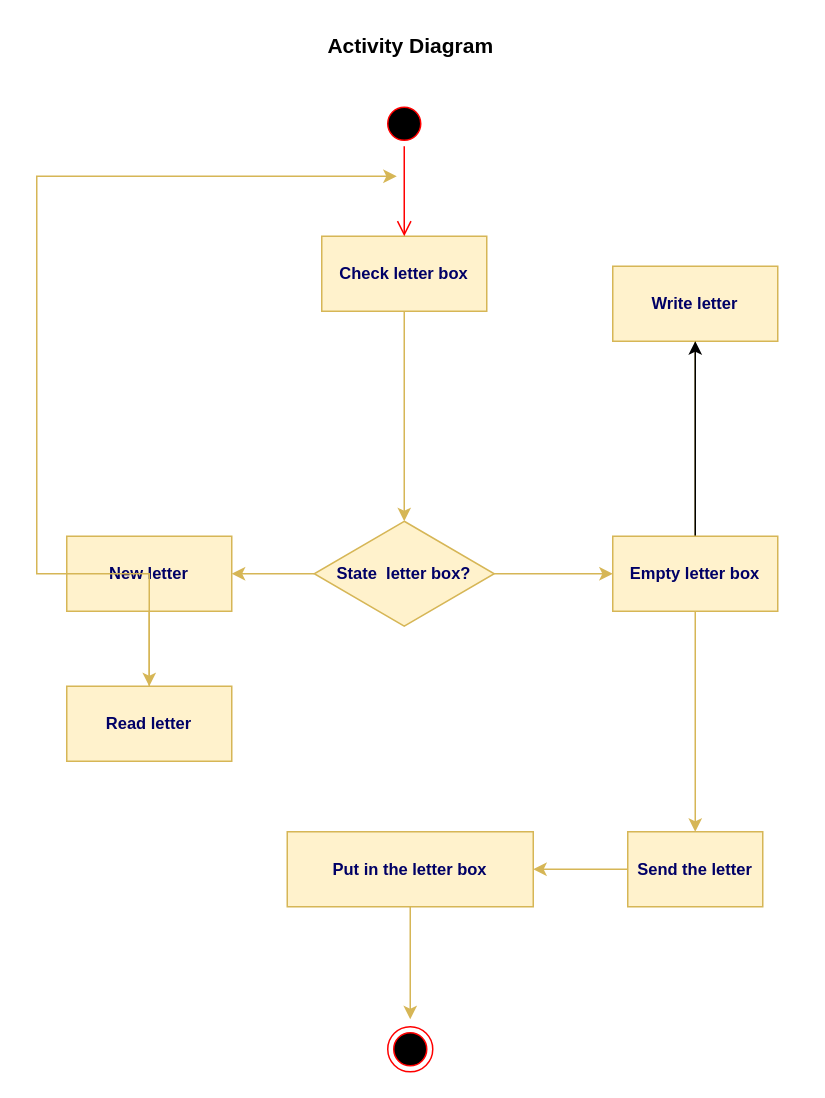
Above: page "Activity diagram" (2 of 3) of Diagrama sin título.drawio in Jechu23/Projects_Python (draw.io), before the change. Source tidied: cells renumbered, new cells numbered last; positions are measured from the earlier drawing's top-left corner, leaving out a move shared by most shapes. Both pictures are drawn from the tidied source at 150%, with x=0, y=0 at pixel (36, 26).
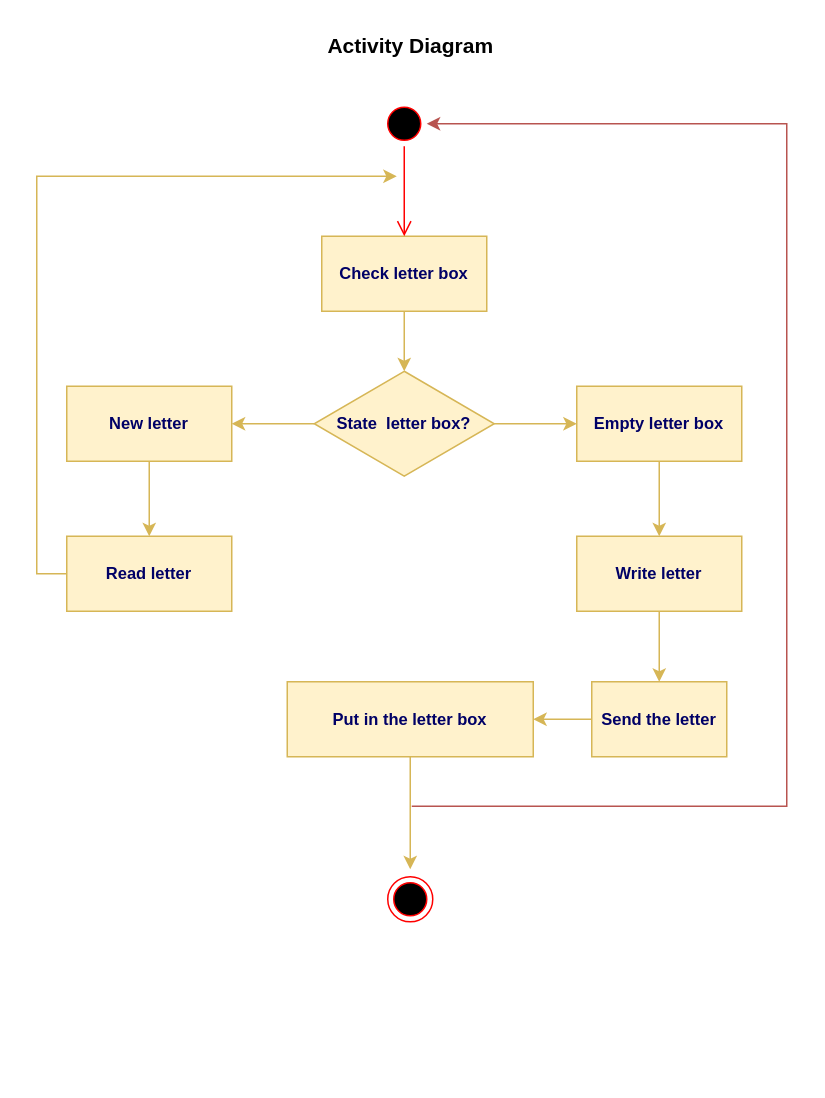
After the change.

Unchanged cells that the change refers to:
```xml
<mxCell id="20" style="ellipse;html=1;shape=startState;fillColor=#000000;strokeColor=#ff0000;" parent="1" vertex="1">
  <mxGeometry x="230" y="50" width="30" height="30" as="geometry" />
</mxCell>
```

Change to the diagram source:
```diff
@@
     <mxCell id="3" value="Write letter" style="html=1;whiteSpace=wrap;fillColor=#fff2cc;strokeColor=#d6b656;fontStyle=1;fontSize=11;fontColor=#000066;" parent="1" vertex="1">
-      <mxGeometry x="384" y="160" width="110" height="50" as="geometry" />
+      <mxGeometry x="360" y="340" width="110" height="50" as="geometry" />
     </mxCell>
@@
     <mxCell id="5" value="Send the letter" style="html=1;whiteSpace=wrap;fillColor=#fff2cc;strokeColor=#d6b656;fontStyle=1;fontSize=11;fontColor=#000066;" parent="1" vertex="1">
-      <mxGeometry x="394" y="537" width="90" height="50" as="geometry" />
+      <mxGeometry x="370" y="437" width="90" height="50" as="geometry" />
     </mxCell>
@@
-    <mxCell id="7" style="edgeStyle=orthogonalEdgeStyle;rounded=0;jettySize=auto;html=1;exitX=1;exitY=0.5;exitDx=0;exitDy=0;fillColor=#fff2cc;strokeColor=#d6b656;" parent="1" edge="1" source="8" target="12">
+    <mxCell id="7" style="edgeStyle=orthogonalEdgeStyle;rounded=0;jettySize=auto;html=1;fillColor=#fff2cc;strokeColor=#d6b656;fontStyle=1;fontSize=11;fontColor=#000066;" parent="1" edge="1" source="8" target="12">
       <mxGeometry relative="1" as="geometry" />
     </mxCell>
     <mxCell id="8" value="State&amp;nbsp; letter box?" style="shape=rhombus;perimeter=rhombusPerimeter;whiteSpace=wrap;html=1;align=center;fillColor=#fff2cc;strokeColor=#d6b656;fontStyle=1;fontSize=11;fontColor=#000066;" parent="1" vertex="1">
-      <mxGeometry x="185" y="330" width="120" height="70" as="geometry" />
+      <mxGeometry x="185" y="230" width="120" height="70" as="geometry" />
     </mxCell>
@@
-    <mxCell id="11" style="edgeStyle=orthogonalEdgeStyle;rounded=0;jettySize=auto;html=1;" parent="1" edge="1" source="12" target="3">
+    <mxCell id="11" style="edgeStyle=orthogonalEdgeStyle;rounded=0;jettySize=auto;html=1;entryX=0.5;entryY=0;entryDx=0;entryDy=0;fillColor=#fff2cc;strokeColor=#d6b656;" parent="1" edge="1" source="12" target="3">
       <mxGeometry relative="1" as="geometry" />
     </mxCell>
     <mxCell id="12" value="Empty letter box" style="html=1;whiteSpace=wrap;fillColor=#fff2cc;strokeColor=#d6b656;fontStyle=1;fontSize=11;fontColor=#000066;" parent="1" vertex="1">
-      <mxGeometry x="384" y="340" width="110" height="50" as="geometry" />
+      <mxGeometry x="360" y="240" width="110" height="50" as="geometry" />
     </mxCell>
@@
     <mxCell id="14" value="New letter" style="html=1;whiteSpace=wrap;fillColor=#fff2cc;strokeColor=#d6b656;fontStyle=1;fontSize=11;fontColor=#000066;" parent="1" vertex="1">
-      <mxGeometry x="20" y="340" width="110" height="50" as="geometry" />
+      <mxGeometry x="20" y="240" width="110" height="50" as="geometry" />
     </mxCell>
@@
     <mxCell id="16" value="Read letter" style="html=1;whiteSpace=wrap;fillColor=#fff2cc;strokeColor=#d6b656;fontStyle=1;fontSize=11;fontColor=#000066;" parent="1" vertex="1">
-      <mxGeometry x="20" y="440" width="110" height="50" as="geometry" />
+      <mxGeometry x="20" y="340" width="110" height="50" as="geometry" />
     </mxCell>
     <mxCell id="17" style="edgeStyle=orthogonalEdgeStyle;rounded=0;jettySize=auto;html=1;fillColor=#fff2cc;strokeColor=#d6b656;fontStyle=1;fontSize=11;fontColor=#000066;" parent="1" edge="1" source="18">
       <mxGeometry relative="1" as="geometry">
-        <mxPoint x="249" y="662" as="targetPoint" />
+        <mxPoint x="249" y="562" as="targetPoint" />
+        <Array as="points">
+          <mxPoint x="249" y="462" />
+        </Array>
       </mxGeometry>
     </mxCell>
     <mxCell id="18" value="Put in the letter box" style="html=1;whiteSpace=wrap;fillColor=#fff2cc;strokeColor=#d6b656;fontStyle=1;fontSize=11;fontColor=#000066;" parent="1" vertex="1">
-      <mxGeometry x="167" y="537" width="164" height="50" as="geometry" />
+      <mxGeometry x="167" y="437" width="164" height="50" as="geometry" />
     </mxCell>
     <mxCell id="19" style="ellipse;html=1;shape=endState;fillColor=#000000;strokeColor=#ff0000;" parent="1" vertex="1">
-      <mxGeometry x="234" y="667" width="30" height="30" as="geometry" />
+      <mxGeometry x="234" y="567" width="30" height="30" as="geometry" />
     </mxCell>
+    <mxCell id="23" style="edgeStyle=orthogonalEdgeStyle;rounded=0;jettySize=auto;html=1;fillColor=#f8cecc;strokeColor=#b85450;" parent="1" edge="1" target="20">
+      <mxGeometry relative="1" as="geometry">
+        <mxPoint x="250" y="520" as="sourcePoint" />
+        <Array as="points">
+          <mxPoint x="250" y="520" />
+          <mxPoint x="500" y="520" />
+          <mxPoint x="500" y="65" />
+        </Array>
+      </mxGeometry>
+    </mxCell>
```
